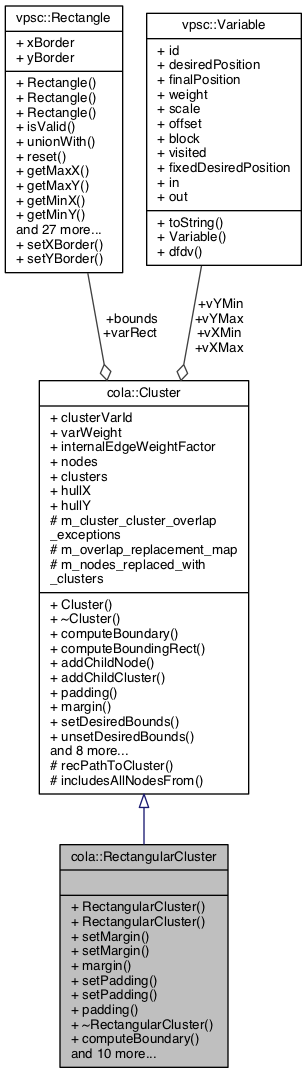
This is documentation/classcola_1_1RectangularCluster__coll__graph.png from mjwybrow/adaptagrams, a Graphviz export, as it was before one commit. Its source is kept beside it as documentation/classcola_1_1RectangularCluster__coll__graph.dot.
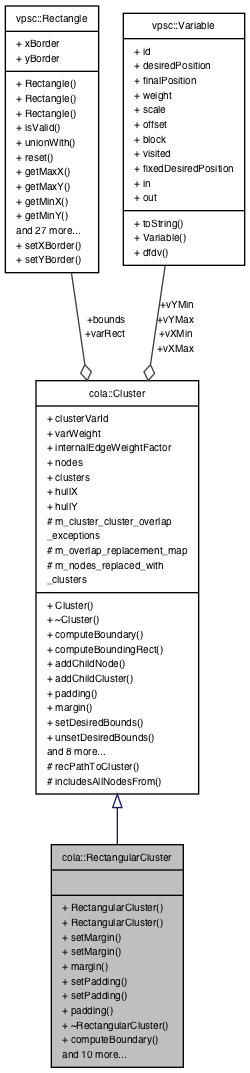
Later version of the same file.

The edit, as a diff of the source:
```diff
@@ -2,11 +2,11 @@
 {
   edge [fontname="Helvetica",fontsize="10",labelfontname="Helvetica",labelfontsize="10"];
   node [fontname="Helvetica",fontsize="10",shape=record];
-  Node1 [label="{cola::RectangularCluster\n||+ RectangularCluster()\l+ RectangularCluster()\l+ setMargin()\l+ setMargin()\l+ margin()\l+ setPadding()\l+ setPadding()\l+ padding()\l+ ~RectangularCluster()\l+ computeBoundary()\land 10 more...\l}",height=0.2,width=0.4,color="black", fillcolor="grey75", style="filled", fontcolor="black"];
-  Node2 -> Node1 [dir="back",color="midnightblue",fontsize="10",style="solid",arrowtail="onormal",fontname="Helvetica"];
-  Node2 [label="{cola::Cluster\n|+ clusterVarId\l+ varWeight\l+ internalEdgeWeightFactor\l+ nodes\l+ clusters\l+ hullX\l+ hullY\l# m_cluster_cluster_overlap\l_exceptions\l# m_overlap_replacement_map\l# m_nodes_replaced_with\l_clusters\l|+ Cluster()\l+ ~Cluster()\l+ computeBoundary()\l+ computeBoundingRect()\l+ addChildNode()\l+ addChildCluster()\l+ padding()\l+ margin()\l+ setDesiredBounds()\l+ unsetDesiredBounds()\land 8 more...\l# recPathToCluster()\l# includesAllNodesFrom()\l}",height=0.2,width=0.4,color="black", fillcolor="white", style="filled",URL="$classcola_1_1Cluster.html",tooltip="A cluster defines a hierarchical partitioning over the nodes which should be kept disjoint by the lay..."];
-  Node3 -> Node2 [color="grey25",fontsize="10",style="solid",label=" +bounds\n+varRect" ,arrowhead="odiamond",fontname="Helvetica"];
-  Node3 [label="{vpsc::Rectangle\n|+ xBorder\l+ yBorder\l|+ Rectangle()\l+ Rectangle()\l+ Rectangle()\l+ isValid()\l+ unionWith()\l+ reset()\l+ getMaxX()\l+ getMaxY()\l+ getMinX()\l+ getMinY()\land 27 more...\l+ setXBorder()\l+ setYBorder()\l}",height=0.2,width=0.4,color="black", fillcolor="white", style="filled",URL="$classvpsc_1_1Rectangle.html",tooltip="A rectangle represents a fixed-size shape in the diagram that may be moved to prevent overlaps and sa..."];
-  Node4 -> Node2 [color="grey25",fontsize="10",style="solid",label=" +vYMin\n+vYMax\n+vXMin\n+vXMax" ,arrowhead="odiamond",fontname="Helvetica"];
-  Node4 [label="{vpsc::Variable\n|+ id\l+ desiredPosition\l+ finalPosition\l+ weight\l+ scale\l+ offset\l+ block\l+ visited\l+ fixedDesiredPosition\l+ in\l+ out\l|+ toString()\l+ Variable()\l+ dfdv()\l}",height=0.2,width=0.4,color="black", fillcolor="white", style="filled",URL="$classvpsc_1_1Variable.html",tooltip="A variable is comprised of an ideal position, final position and a weight. "];
+  Node2 [label="{cola::RectangularCluster\n||+ RectangularCluster()\l+ RectangularCluster()\l+ setMargin()\l+ setMargin()\l+ margin()\l+ setPadding()\l+ setPadding()\l+ padding()\l+ ~RectangularCluster()\l+ computeBoundary()\land 10 more...\l}",height=0.2,width=0.4,color="black", fillcolor="grey75", style="filled", fontcolor="black"];
+  Node3 -> Node2 [dir="back",color="midnightblue",fontsize="10",style="solid",arrowtail="onormal",fontname="Helvetica"];
+  Node3 [label="{cola::Cluster\n|+ clusterVarId\l+ varWeight\l+ internalEdgeWeightFactor\l+ nodes\l+ clusters\l+ hullX\l+ hullY\l# m_cluster_cluster_overlap\l_exceptions\l# m_overlap_replacement_map\l# m_nodes_replaced_with\l_clusters\l|+ Cluster()\l+ ~Cluster()\l+ computeBoundary()\l+ computeBoundingRect()\l+ addChildNode()\l+ addChildCluster()\l+ padding()\l+ margin()\l+ setDesiredBounds()\l+ unsetDesiredBounds()\land 8 more...\l# recPathToCluster()\l# includesAllNodesFrom()\l}",height=0.2,width=0.4,color="black", fillcolor="white", style="filled",URL="$classcola_1_1Cluster.html",tooltip="A cluster defines a hierarchical partitioning over the nodes which should be kept disjoint by the lay..."];
+  Node4 -> Node3 [color="grey25",fontsize="10",style="solid",label=" +bounds\n+varRect" ,arrowhead="odiamond",fontname="Helvetica"];
+  Node4 [label="{vpsc::Rectangle\n|+ xBorder\l+ yBorder\l|+ Rectangle()\l+ Rectangle()\l+ Rectangle()\l+ isValid()\l+ unionWith()\l+ reset()\l+ getMaxX()\l+ getMaxY()\l+ getMinX()\l+ getMinY()\land 27 more...\l+ setXBorder()\l+ setYBorder()\l}",height=0.2,width=0.4,color="black", fillcolor="white", style="filled",URL="$classvpsc_1_1Rectangle.html",tooltip="A rectangle represents a fixed-size shape in the diagram that may be moved to prevent overlaps and sa..."];
+  Node5 -> Node3 [color="grey25",fontsize="10",style="solid",label=" +vYMin\n+vYMax\n+vXMin\n+vXMax" ,arrowhead="odiamond",fontname="Helvetica"];
+  Node5 [label="{vpsc::Variable\n|+ id\l+ desiredPosition\l+ finalPosition\l+ weight\l+ scale\l+ offset\l+ block\l+ visited\l+ fixedDesiredPosition\l+ in\l+ out\l|+ toString()\l+ Variable()\l+ dfdv()\l}",height=0.2,width=0.4,color="black", fillcolor="white", style="filled",URL="$classvpsc_1_1Variable.html",tooltip="A variable is comprised of an ideal position, final position and a weight. "];
 }
```
